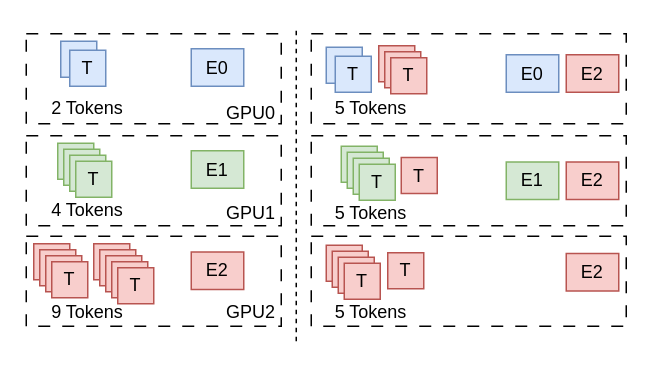
icszhr/moe keeps this draw.io diagram as 课题1.drawio. Above is the earlier version. Source tidied: cells renumbered, new cells numbered last; positions are measured from the earlier drawing's top-left corner, leaving out a move shared by most shapes. Both pictures are drawn from the tidied source at 150%, with x=0, y=0 at pixel (26, 26).
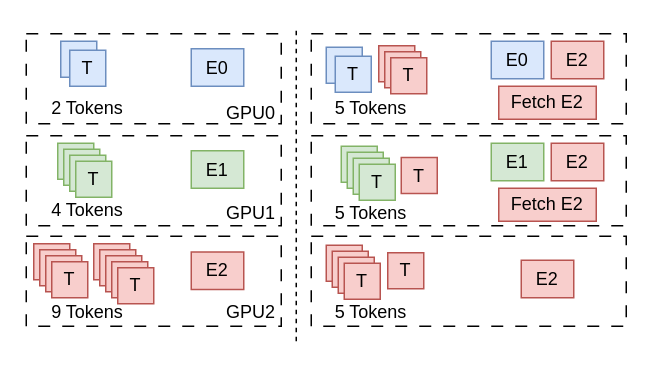
Above is the later version.

Change to the diagram source:
```diff
@@
     <mxCell id="56" value="E0" style="rounded=0;whiteSpace=wrap;html=1;fillColor=#dae8fc;strokeColor=#6c8ebf;" parent="1" vertex="1">
-      <mxGeometry x="320" y="19" width="35" height="25" as="geometry" />
+      <mxGeometry x="310" y="10" width="35" height="25" as="geometry" />
     </mxCell>
     <mxCell id="57" value="E2" style="rounded=0;whiteSpace=wrap;html=1;fillColor=#f8cecc;strokeColor=#b85450;" parent="1" vertex="1">
-      <mxGeometry x="360" y="19" width="35" height="25" as="geometry" />
+      <mxGeometry x="350" y="10" width="35" height="25" as="geometry" />
     </mxCell>
     <mxCell id="58" value="E1" style="rounded=0;whiteSpace=wrap;html=1;fillColor=#d5e8d4;strokeColor=#82b366;" parent="1" vertex="1">
-      <mxGeometry x="320" y="90.5" width="35" height="25" as="geometry" />
+      <mxGeometry x="310" y="78" width="35" height="25" as="geometry" />
     </mxCell>
     <mxCell id="59" value="E2" style="rounded=0;whiteSpace=wrap;html=1;fillColor=#f8cecc;strokeColor=#b85450;" parent="1" vertex="1">
-      <mxGeometry x="360" y="151.5" width="35" height="25" as="geometry" />
+      <mxGeometry x="330" y="156" width="35" height="25" as="geometry" />
     </mxCell>
@@
     <mxCell id="62" value="E2" style="rounded=0;whiteSpace=wrap;html=1;fillColor=#f8cecc;strokeColor=#b85450;" parent="1" vertex="1">
-      <mxGeometry x="360" y="90.5" width="35" height="25" as="geometry" />
+      <mxGeometry x="350" y="78" width="35" height="25" as="geometry" />
     </mxCell>
@@
+    <mxCell id="64" value="Fetch E2" style="rounded=0;whiteSpace=wrap;html=1;fillColor=#f8cecc;strokeColor=#b85450;" parent="1" vertex="1">
+      <mxGeometry x="315" y="108" width="65" height="22" as="geometry" />
+    </mxCell>
+    <mxCell id="65" value="Fetch E2" style="rounded=0;whiteSpace=wrap;html=1;fillColor=#f8cecc;strokeColor=#b85450;" parent="1" vertex="1">
+      <mxGeometry x="315" y="40" width="65" height="22" as="geometry" />
+    </mxCell>
```
